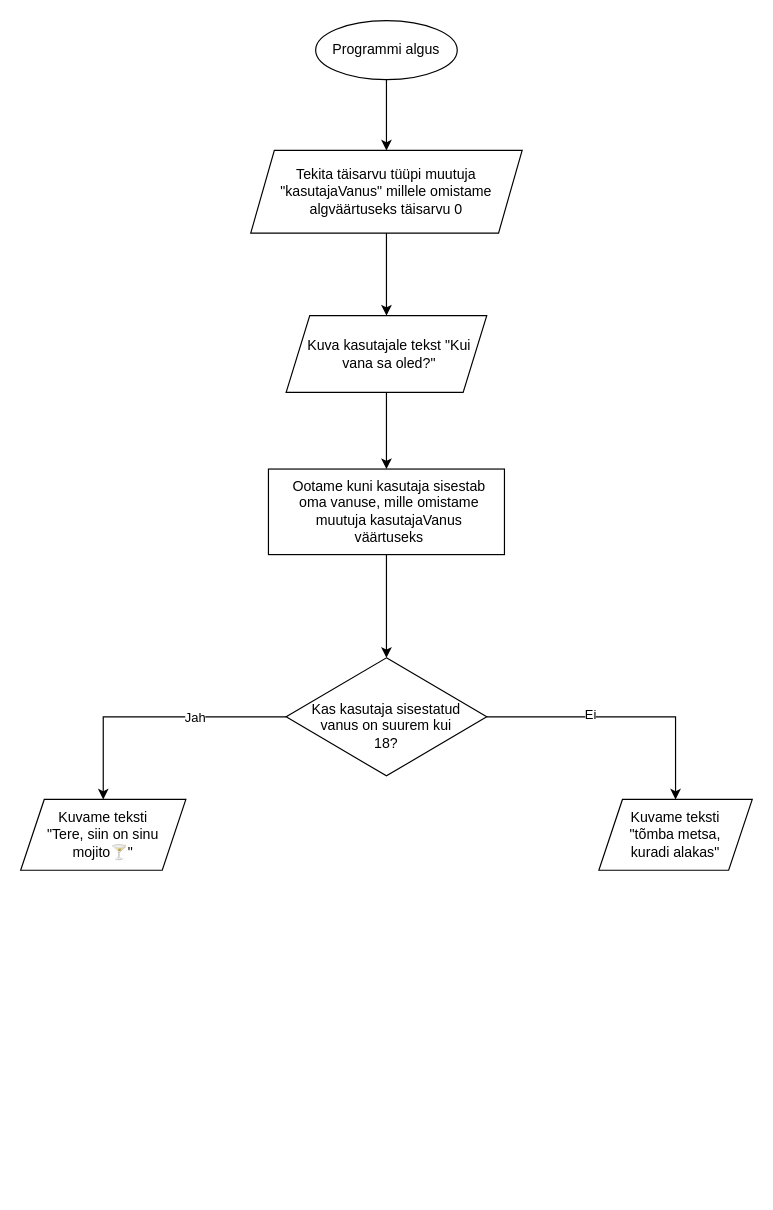
This is Mojito.drawio from OlgaKamoseva/Konspekt_EP_Olga_Kam--eva_LOGITge25, a draw.io file, before an edit. Source tidied: cells renumbered, new cells numbered last; positions are measured from the earlier drawing's top-left corner, leaving out a move shared by most shapes. Both pictures are drawn from the tidied source at 118%, with x=0, y=0 at pixel (20, 20).
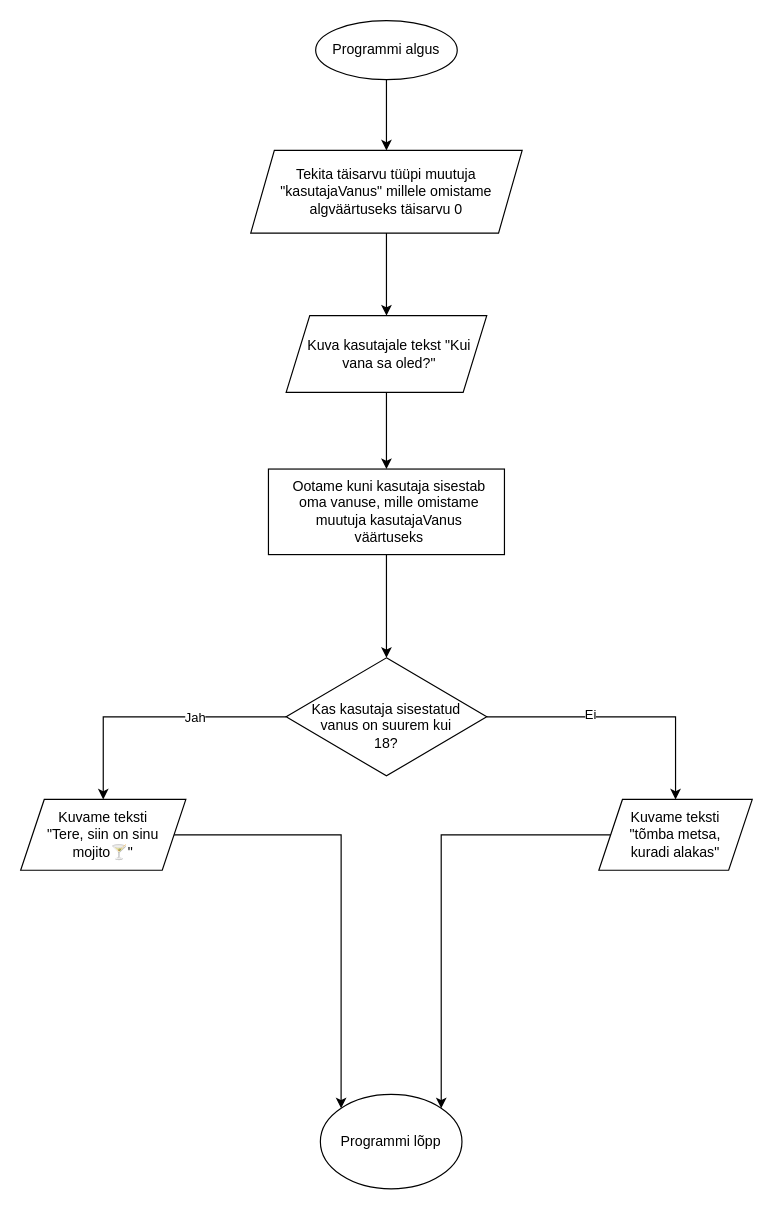
The same diagram, later.

The change refers to these unchanged cells:
```xml
<mxCell id="15" value="Kuvame teksti &quot;tõmba metsa, kuradi alakas&quot;" style="shape=parallelogram;perimeter=parallelogramPerimeter;whiteSpace=wrap;html=1;fixedSize=1;spacingLeft=20;spacingRight=20;spacingTop=0;" parent="1" vertex="1">
  <mxGeometry x="490" y="660" width="130" height="60" as="geometry" />
</mxCell>
<mxCell id="16" value="Kuvame teksti &quot;Tere, siin on sinu mojito🍸&quot;" style="shape=parallelogram;perimeter=parallelogramPerimeter;whiteSpace=wrap;html=1;fixedSize=1;spacingLeft=20;spacingRight=20;spacingTop=0;" parent="1" vertex="1">
  <mxGeometry y="660" width="140" height="60" as="geometry" />
</mxCell>
```

Diff of the diagram source:
```diff
@@
+    <mxCell id="17" style="edgeStyle=orthogonalEdgeStyle;rounded=0;jettySize=auto;html=1;entryX=1;entryY=0;entryDx=0;entryDy=0;" parent="1" edge="1" source="15" target="19">
+      <mxGeometry relative="1" as="geometry" />
+    </mxCell>
@@
+    <mxCell id="18" style="edgeStyle=orthogonalEdgeStyle;rounded=0;jettySize=auto;html=1;exitX=1;exitY=0.5;exitDx=0;exitDy=0;entryX=0;entryY=0;entryDx=0;entryDy=0;" parent="1" edge="1" source="16" target="19">
+      <mxGeometry relative="1" as="geometry">
+        <Array as="points">
+          <mxPoint x="272" y="690" />
+        </Array>
+      </mxGeometry>
+    </mxCell>
@@
+    <mxCell id="19" value="Programmi lõpp" style="ellipse;whiteSpace=wrap;html=1;" parent="1" vertex="1">
+      <mxGeometry x="254" y="910" width="120" height="80" as="geometry" />
+    </mxCell>
```
